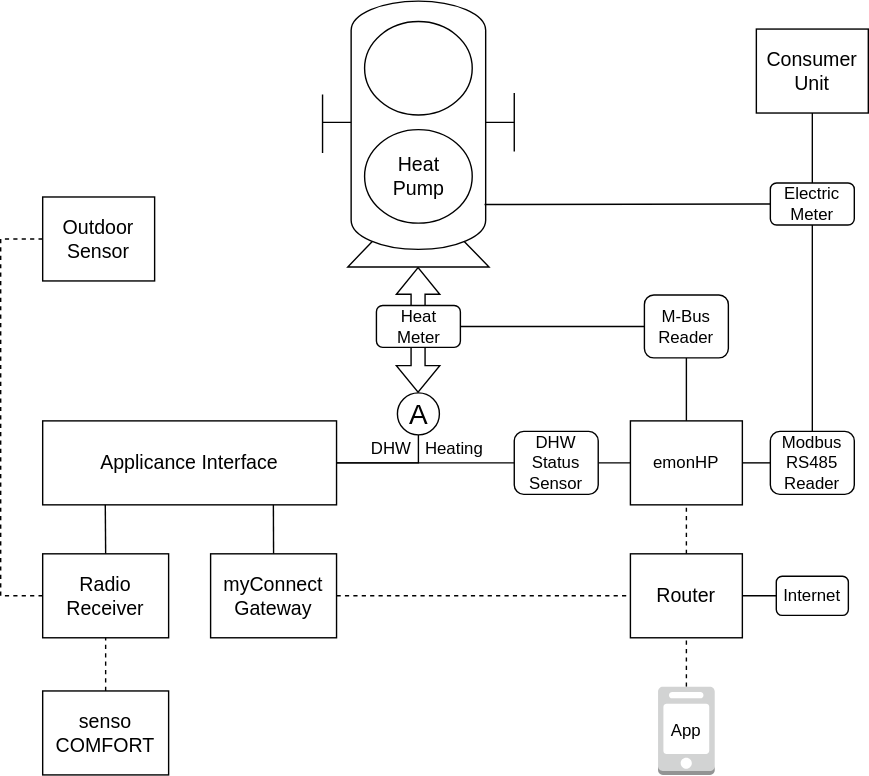
Earlier version of the draw.io export assets/images/home-assistant/electric-schematic.svg (TheCandidStartup/TheCandidStartup.github.io). Source tidied: cells renumbered, new cells last; positions are measured from the earlier drawing's top-left corner, leaving out a move shared by most shapes. The source it was exported from:
```xml
<mxGraphModel>
  <root>
    <mxCell id="0" />
    <mxCell id="1" parent="0" />
    <mxCell id="2" style="shape=flexArrow;endArrow=classic;startArrow=classic;html=1;rounded=0;" parent="1" edge="1">
      <mxGeometry relative="1" as="geometry">
        <mxPoint x="298.3" y="280" as="sourcePoint" />
        <mxPoint x="298.3" y="190" as="targetPoint" />
      </mxGeometry>
    </mxCell>
    <mxCell id="3" style="shape=mxgraph.pid.pumps.gear_pump;html=1;align=center;verticalLabelPosition=bottom;verticalAlign=top;dashed=0;" parent="1" vertex="1">
      <mxGeometry x="230" width="137" height="190" as="geometry" />
    </mxCell>
    <mxCell id="4" style="edgeStyle=orthogonalEdgeStyle;rounded=0;jettySize=auto;html=1;exitX=0.5;exitY=1;exitDx=0;exitDy=0;endArrow=none;endFill=0;entryX=1;entryY=0.5;entryDx=0;entryDy=0;" parent="1" edge="1" source="5" target="35">
      <mxGeometry relative="1" as="geometry" />
    </mxCell>
    <mxCell id="5" value="&lt;font style=&quot;font-size: 20px;&quot;&gt;A&lt;/font&gt;" style="ellipse;whiteSpace=wrap;html=1;" parent="1" vertex="1">
      <mxGeometry x="283.5" y="280" width="30" height="30" as="geometry" />
    </mxCell>
    <mxCell id="6" value="&lt;font style=&quot;font-size: 14px;&quot;&gt;Heat Pump&lt;/font&gt;" style="text;html=1;strokeColor=none;fillColor=none;align=center;verticalAlign=middle;whiteSpace=wrap;rounded=0;" parent="1" vertex="1">
      <mxGeometry x="263.5" y="110" width="70" height="30" as="geometry" />
    </mxCell>
    <mxCell id="7" style="edgeStyle=none;rounded=0;jettySize=auto;html=1;exitX=0.5;exitY=1;exitDx=0;exitDy=0;entryX=0.5;entryY=0;entryDx=0;entryDy=0;endArrow=none;endFill=0;" parent="1" edge="1" source="8" target="13">
      <mxGeometry relative="1" as="geometry" />
    </mxCell>
    <mxCell id="8" value="&lt;font style=&quot;font-size: 14px;&quot;&gt;Consumer Unit&lt;/font&gt;" style="rounded=0;whiteSpace=wrap;html=1;" parent="1" vertex="1">
      <mxGeometry x="540" y="20" width="80" height="60" as="geometry" />
    </mxCell>
    <mxCell id="9" style="edgeStyle=orthogonalEdgeStyle;rounded=0;jettySize=auto;html=1;exitX=0;exitY=0.5;exitDx=0;exitDy=0;entryX=0.011;entryY=0.572;entryDx=0;entryDy=0;entryPerimeter=0;endArrow=none;endFill=0;dashed=1;" parent="1" edge="1" source="10" target="16">
      <mxGeometry relative="1" as="geometry">
        <Array as="points">
          <mxPoint y="170" />
          <mxPoint y="425" />
          <mxPoint x="31" y="425" />
        </Array>
      </mxGeometry>
    </mxCell>
    <mxCell id="10" value="&lt;font style=&quot;font-size: 14px;&quot;&gt;Outdoor Sensor&lt;/font&gt;" style="rounded=0;whiteSpace=wrap;html=1;" parent="1" vertex="1">
      <mxGeometry x="30" y="140" width="80" height="60" as="geometry" />
    </mxCell>
    <mxCell id="11" style="edgeStyle=none;rounded=0;jettySize=auto;html=1;exitX=0.5;exitY=1;exitDx=0;exitDy=0;entryX=0.5;entryY=0;entryDx=0;entryDy=0;endArrow=none;endFill=0;" parent="1" edge="1" source="13" target="28">
      <mxGeometry relative="1" as="geometry" />
    </mxCell>
    <mxCell id="12" style="edgeStyle=none;rounded=0;jettySize=auto;html=1;exitX=0;exitY=0.5;exitDx=0;exitDy=0;entryX=0.845;entryY=0.765;entryDx=0;entryDy=0;entryPerimeter=0;endArrow=none;endFill=0;" parent="1" edge="1" source="13" target="3">
      <mxGeometry relative="1" as="geometry" />
    </mxCell>
    <mxCell id="13" value="Electric Meter" style="rounded=1;whiteSpace=wrap;html=1;" parent="1" vertex="1">
      <mxGeometry x="550" y="130" width="60" height="30" as="geometry" />
    </mxCell>
    <mxCell id="14" style="edgeStyle=orthogonalEdgeStyle;rounded=0;jettySize=auto;html=1;exitX=1;exitY=0.5;exitDx=0;exitDy=0;entryX=0;entryY=0.5;entryDx=0;entryDy=0;endArrow=none;endFill=0;" parent="1" edge="1" source="35" target="32">
      <mxGeometry relative="1" as="geometry" />
    </mxCell>
    <mxCell id="15" style="edgeStyle=none;rounded=0;jettySize=auto;html=1;exitX=0.5;exitY=0;exitDx=0;exitDy=0;entryX=0.213;entryY=0.989;entryDx=0;entryDy=0;entryPerimeter=0;endArrow=none;endFill=0;" parent="1" edge="1" source="16" target="35">
      <mxGeometry relative="1" as="geometry" />
    </mxCell>
    <mxCell id="16" value="&lt;font style=&quot;font-size: 14px;&quot;&gt;Radio Receiver&lt;/font&gt;" style="rounded=0;whiteSpace=wrap;html=1;" parent="1" vertex="1">
      <mxGeometry x="30" y="395" width="90" height="60" as="geometry" />
    </mxCell>
    <mxCell id="17" style="edgeStyle=none;rounded=0;jettySize=auto;html=1;exitX=0.5;exitY=0;exitDx=0;exitDy=0;entryX=0.785;entryY=0.981;entryDx=0;entryDy=0;entryPerimeter=0;endArrow=none;endFill=0;" parent="1" edge="1" source="19" target="35">
      <mxGeometry relative="1" as="geometry" />
    </mxCell>
    <mxCell id="18" style="edgeStyle=none;rounded=0;jettySize=auto;html=1;exitX=1;exitY=0.5;exitDx=0;exitDy=0;entryX=0;entryY=0.5;entryDx=0;entryDy=0;endArrow=none;endFill=0;dashed=1;" parent="1" edge="1" source="19" target="22">
      <mxGeometry relative="1" as="geometry" />
    </mxCell>
    <mxCell id="19" value="&lt;font style=&quot;font-size: 14px;&quot;&gt;myConnect Gateway&lt;/font&gt;" style="rounded=0;whiteSpace=wrap;html=1;" parent="1" vertex="1">
      <mxGeometry x="150" y="395" width="90" height="60" as="geometry" />
    </mxCell>
    <mxCell id="20" style="edgeStyle=none;rounded=0;jettySize=auto;html=1;exitX=0.5;exitY=0;exitDx=0;exitDy=0;entryX=0.5;entryY=1;entryDx=0;entryDy=0;endArrow=none;endFill=0;dashed=1;" parent="1" edge="1" source="22" target="25">
      <mxGeometry relative="1" as="geometry" />
    </mxCell>
    <mxCell id="21" style="edgeStyle=none;rounded=0;jettySize=auto;html=1;exitX=1;exitY=0.5;exitDx=0;exitDy=0;entryX=0;entryY=0.5;entryDx=0;entryDy=0;endArrow=none;endFill=0;" parent="1" edge="1" source="22" target="38">
      <mxGeometry relative="1" as="geometry" />
    </mxCell>
    <mxCell id="22" value="&lt;font style=&quot;font-size: 14px;&quot;&gt;Router&lt;/font&gt;" style="rounded=0;whiteSpace=wrap;html=1;" parent="1" vertex="1">
      <mxGeometry x="450" y="395" width="80" height="60" as="geometry" />
    </mxCell>
    <mxCell id="23" value="DHW&amp;nbsp; &amp;nbsp;Heating" style="text;html=1;strokeColor=none;fillColor=none;align=center;verticalAlign=middle;whiteSpace=wrap;rounded=0;" parent="1" vertex="1">
      <mxGeometry x="260" y="307.5" width="90" height="25" as="geometry" />
    </mxCell>
    <mxCell id="24" style="edgeStyle=none;rounded=0;jettySize=auto;html=1;exitX=1;exitY=0.5;exitDx=0;exitDy=0;entryX=0;entryY=0.5;entryDx=0;entryDy=0;endArrow=none;endFill=0;" parent="1" edge="1" source="25" target="28">
      <mxGeometry relative="1" as="geometry" />
    </mxCell>
    <mxCell id="25" value="emonHP" style="rounded=0;whiteSpace=wrap;html=1;" parent="1" vertex="1">
      <mxGeometry x="450" y="300" width="80" height="60" as="geometry" />
    </mxCell>
    <mxCell id="26" style="edgeStyle=none;rounded=0;jettySize=auto;html=1;exitX=1;exitY=0.5;exitDx=0;exitDy=0;entryX=0;entryY=0.5;entryDx=0;entryDy=0;endArrow=none;endFill=0;" parent="1" edge="1" source="27" target="30">
      <mxGeometry relative="1" as="geometry" />
    </mxCell>
    <mxCell id="27" value="Heat Meter" style="rounded=1;whiteSpace=wrap;html=1;" parent="1" vertex="1">
      <mxGeometry x="268.5" y="217.5" width="60" height="30" as="geometry" />
    </mxCell>
    <mxCell id="28" value="Modbus RS485 Reader" style="rounded=1;whiteSpace=wrap;html=1;" parent="1" vertex="1">
      <mxGeometry x="550" y="307.5" width="60" height="45" as="geometry" />
    </mxCell>
    <mxCell id="29" style="edgeStyle=none;rounded=0;jettySize=auto;html=1;exitX=0.5;exitY=1;exitDx=0;exitDy=0;entryX=0.5;entryY=0;entryDx=0;entryDy=0;endArrow=none;endFill=0;" parent="1" edge="1" source="30" target="25">
      <mxGeometry relative="1" as="geometry" />
    </mxCell>
    <mxCell id="30" value="M-Bus Reader" style="rounded=1;whiteSpace=wrap;html=1;" parent="1" vertex="1">
      <mxGeometry x="460" y="210" width="60" height="45" as="geometry" />
    </mxCell>
    <mxCell id="31" style="edgeStyle=none;rounded=0;jettySize=auto;html=1;exitX=1;exitY=0.5;exitDx=0;exitDy=0;entryX=0;entryY=0.5;entryDx=0;entryDy=0;endArrow=none;endFill=0;" parent="1" edge="1" source="32" target="25">
      <mxGeometry relative="1" as="geometry" />
    </mxCell>
    <mxCell id="32" value="DHW Status Sensor" style="rounded=1;whiteSpace=wrap;html=1;" parent="1" vertex="1">
      <mxGeometry x="367" y="307.5" width="60" height="45" as="geometry" />
    </mxCell>
    <mxCell id="33" style="edgeStyle=none;rounded=0;jettySize=auto;html=1;exitX=0.5;exitY=0;exitDx=0;exitDy=0;entryX=0.5;entryY=1;entryDx=0;entryDy=0;endArrow=none;endFill=0;dashed=1;" parent="1" edge="1" source="34" target="16">
      <mxGeometry relative="1" as="geometry" />
    </mxCell>
    <mxCell id="34" value="&lt;font style=&quot;font-size: 14px;&quot;&gt;senso COMFORT&lt;/font&gt;" style="rounded=0;whiteSpace=wrap;html=1;" parent="1" vertex="1">
      <mxGeometry x="30" y="493" width="90" height="60" as="geometry" />
    </mxCell>
    <mxCell id="35" value="&lt;font style=&quot;font-size: 14px;&quot;&gt;Applicance Interface&lt;/font&gt;" style="rounded=0;whiteSpace=wrap;html=1;" parent="1" vertex="1">
      <mxGeometry x="30" y="300" width="210" height="60" as="geometry" />
    </mxCell>
    <mxCell id="36" style="edgeStyle=none;rounded=0;jettySize=auto;html=1;exitX=0.5;exitY=0;exitDx=0;exitDy=0;exitPerimeter=0;entryX=0.5;entryY=1;entryDx=0;entryDy=0;endArrow=none;endFill=0;dashed=1;" parent="1" edge="1" source="37" target="22">
      <mxGeometry relative="1" as="geometry" />
    </mxCell>
    <mxCell id="37" style="outlineConnect=0;dashed=0;verticalLabelPosition=bottom;verticalAlign=top;align=center;html=1;shape=mxgraph.aws3.mobile_client;fillColor=#D2D3D3;gradientColor=none;" parent="1" vertex="1">
      <mxGeometry x="469.8" y="490" width="40.5" height="63" as="geometry" />
    </mxCell>
    <mxCell id="38" value="Internet" style="rounded=1;whiteSpace=wrap;html=1;" parent="1" vertex="1">
      <mxGeometry x="554.2" y="411" width="51.5" height="28" as="geometry" />
    </mxCell>
    <mxCell id="39" value="App" style="text;html=1;strokeColor=none;fillColor=none;align=center;verticalAlign=middle;whiteSpace=wrap;rounded=0;" parent="1" vertex="1">
      <mxGeometry x="480" y="506.5" width="20" height="30" as="geometry" />
    </mxCell>
  </root>
</mxGraphModel>
```
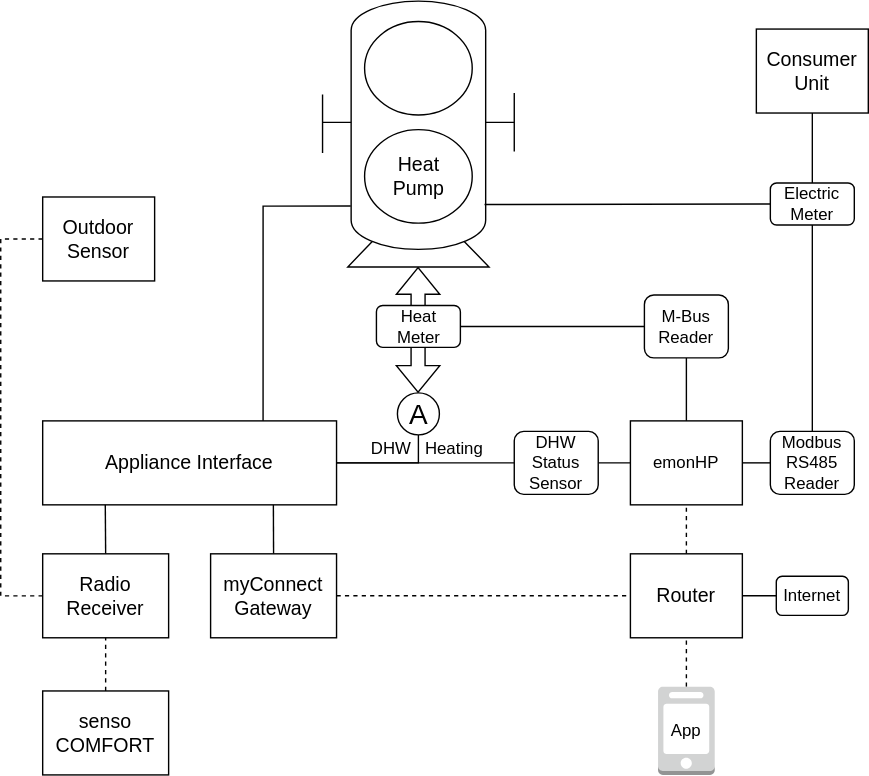
The same diagram one commit later.

Change to the diagram source:
```diff
@@ -110,7 +110,14 @@
     <mxCell id="34" value="&lt;font style=&quot;font-size: 14px;&quot;&gt;senso COMFORT&lt;/font&gt;" style="rounded=0;whiteSpace=wrap;html=1;" parent="1" vertex="1">
       <mxGeometry x="30" y="493" width="90" height="60" as="geometry" />
     </mxCell>
+    <mxCell id="40" style="edgeStyle=orthogonalEdgeStyle;rounded=0;jettySize=auto;html=1;exitX=0.75;exitY=0;exitDx=0;exitDy=0;entryX=0.147;entryY=0.771;entryDx=0;entryDy=0;entryPerimeter=0;endArrow=none;endFill=0;" parent="1" edge="1" source="35" target="3">
+      <mxGeometry relative="1" as="geometry">
+        <Array as="points">
+          <mxPoint x="188" y="147" />
+        </Array>
+      </mxGeometry>
+    </mxCell>
-    <mxCell id="35" value="&lt;font style=&quot;font-size: 14px;&quot;&gt;Applicance Interface&lt;/font&gt;" style="rounded=0;whiteSpace=wrap;html=1;" parent="1" vertex="1">
+    <mxCell id="35" value="&lt;font style=&quot;font-size: 14px;&quot;&gt;Appliance Interface&lt;/font&gt;" style="rounded=0;whiteSpace=wrap;html=1;" parent="1" vertex="1">
       <mxGeometry x="30" y="300" width="210" height="60" as="geometry" />
     </mxCell>
     <mxCell id="36" style="edgeStyle=none;rounded=0;jettySize=auto;html=1;exitX=0.5;exitY=0;exitDx=0;exitDy=0;exitPerimeter=0;entryX=0.5;entryY=1;entryDx=0;entryDy=0;endArrow=none;endFill=0;dashed=1;" parent="1" edge="1" source="37" target="22">
```
